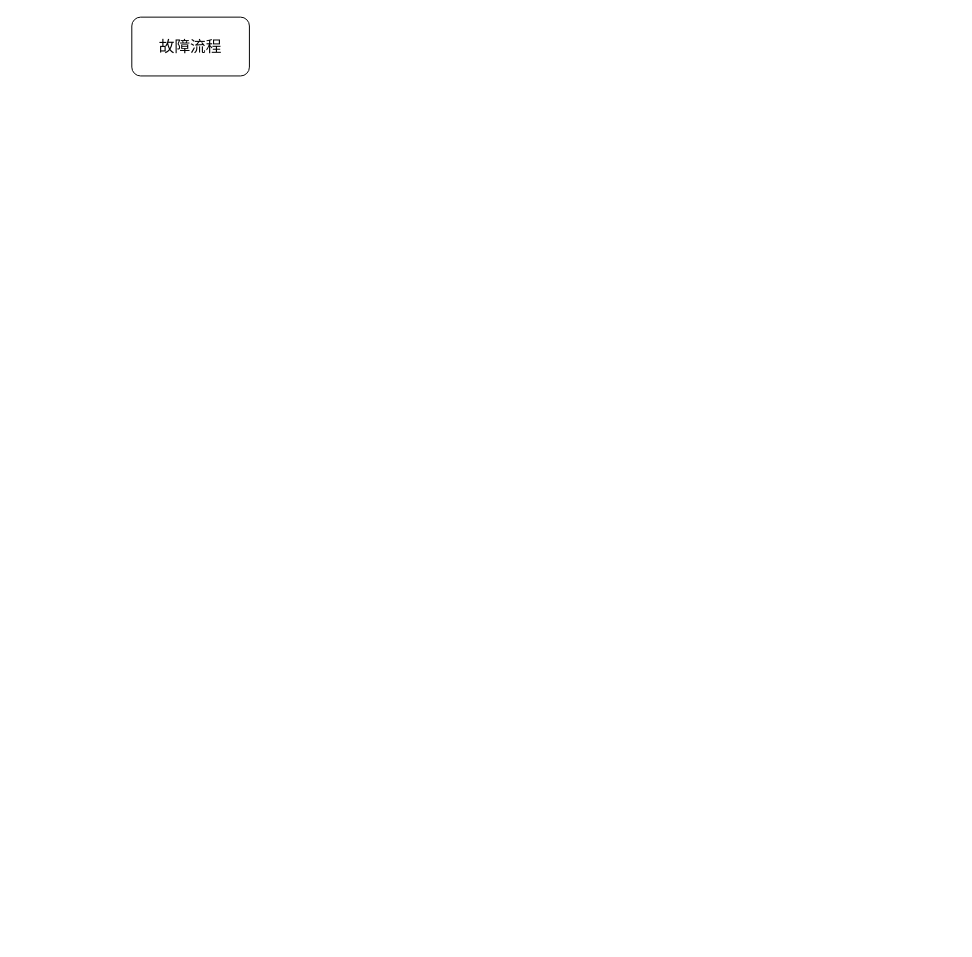
Before: page "故障处理活动图" (2 of 2) of Obosky/Assemble.drawio in guiyewang/draw.io, a draw.io diagram. Source tidied: cells renumbered, new cells numbered last; positions are measured from the earlier drawing's top-left corner, leaving out a move shared by most shapes. Both pictures are drawn from the tidied source at 98%, with x=0, y=0 at pixel (131, 17).
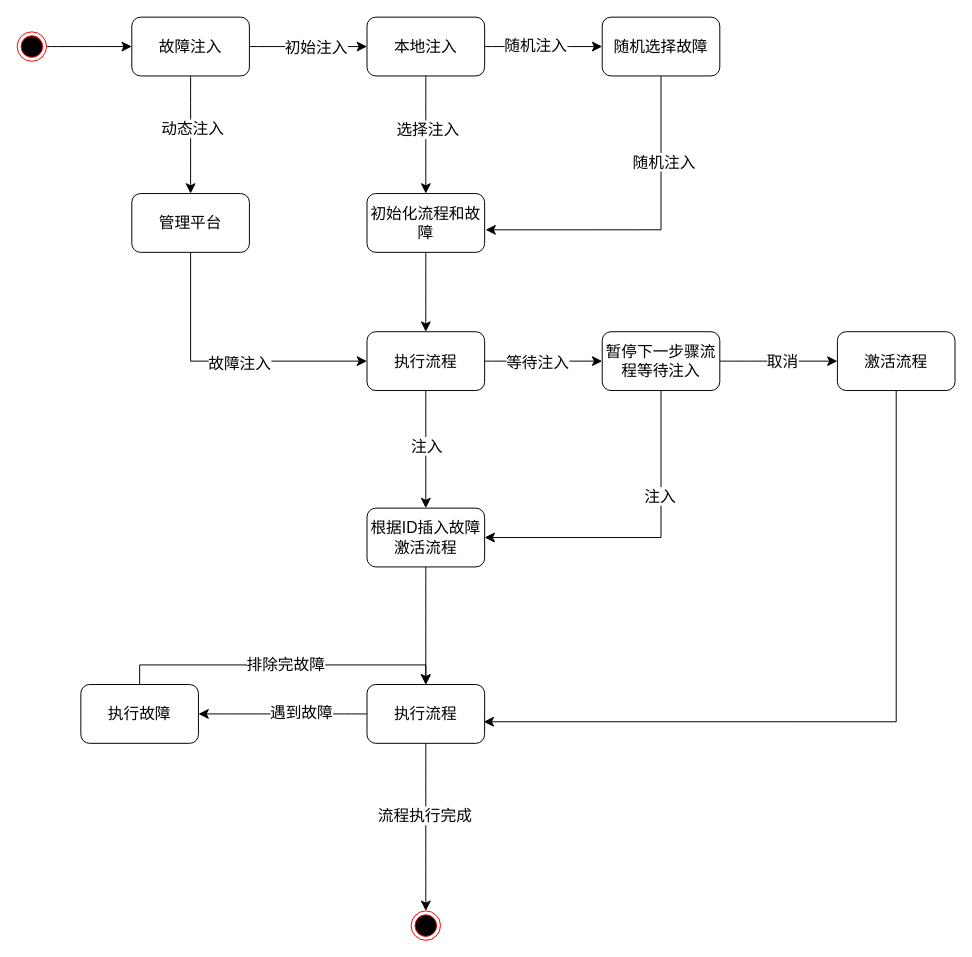
After the change.

Change to the diagram source:
```diff
@@
+    <mxCell id="3" style="edgeStyle=none;curved=1;rounded=0;jettySize=auto;html=1;fontSize=12;startSize=8;endSize=8;" parent="1" edge="1" source="2" target="11">
+      <mxGeometry relative="1" as="geometry" />
+    </mxCell>
+    <mxCell id="4" value="动态注入" style="edgeLabel;html=1;align=center;verticalAlign=middle;fontSize=16;" parent="3" vertex="1">
+      <mxGeometry x="-0.12" y="1" relative="1" as="geometry" />
+    </mxCell>
+    <mxCell id="5" style="edgeStyle=none;curved=1;rounded=0;jettySize=auto;html=1;fontSize=12;startSize=8;endSize=8;" parent="1" edge="1" source="2" target="16">
+      <mxGeometry relative="1" as="geometry" />
+    </mxCell>
+    <mxCell id="6" value="初始注入" style="edgeLabel;html=1;align=center;verticalAlign=middle;fontSize=16;" parent="5" vertex="1">
+      <mxGeometry x="0.12" relative="1" as="geometry" />
+    </mxCell>
-    <mxCell id="2" value="故障流程" style="rounded=1;whiteSpace=wrap;html=1;fontSize=16;" parent="1" vertex="1">
+    <mxCell id="2" value="故障注入" style="rounded=1;whiteSpace=wrap;html=1;fontSize=16;" parent="1" vertex="1">
       <mxGeometry width="120" height="60" as="geometry" />
     </mxCell>
+    <mxCell id="7" style="edgeStyle=none;curved=1;rounded=0;jettySize=auto;html=1;exitX=1;exitY=0.5;exitDx=0;exitDy=0;fontSize=12;startSize=8;endSize=8;" parent="1" edge="1" source="8" target="2">
+      <mxGeometry relative="1" as="geometry" />
+    </mxCell>
+    <mxCell id="8" style="ellipse;html=1;shape=endState;fillColor=#000000;strokeColor=#ff0000;fontSize=16;" parent="1" vertex="1">
+      <mxGeometry x="-117" y="15" width="30" height="30" as="geometry" />
+    </mxCell>
+    <mxCell id="9" style="edgeStyle=orthogonalEdgeStyle;rounded=0;jettySize=auto;html=1;exitX=0.5;exitY=1;exitDx=0;exitDy=0;entryX=0;entryY=0.5;entryDx=0;entryDy=0;fontSize=12;startSize=8;endSize=8;" parent="1" edge="1" source="11" target="26">
+      <mxGeometry relative="1" as="geometry" />
+    </mxCell>
+    <mxCell id="10" value="故障注入" style="edgeLabel;html=1;align=center;verticalAlign=middle;fontSize=16;" parent="9" vertex="1">
+      <mxGeometry x="0.1" y="-2" relative="1" as="geometry" />
+    </mxCell>
+    <mxCell id="11" value="管理平台" style="whiteSpace=wrap;html=1;fontSize=16;rounded=1;" parent="1" vertex="1">
+      <mxGeometry y="180" width="120" height="60" as="geometry" />
+    </mxCell>
+    <mxCell id="12" style="edgeStyle=none;curved=1;rounded=0;jettySize=auto;html=1;fontSize=12;startSize=8;endSize=8;" parent="1" edge="1" source="16" target="19">
+      <mxGeometry relative="1" as="geometry" />
+    </mxCell>
+    <mxCell id="13" value="随机注入" style="edgeLabel;html=1;align=center;verticalAlign=middle;fontSize=16;" parent="12" vertex="1">
+      <mxGeometry x="-0.15" y="2" relative="1" as="geometry" />
+    </mxCell>
+    <mxCell id="14" style="edgeStyle=none;curved=1;rounded=0;jettySize=auto;html=1;fontSize=12;startSize=8;endSize=8;" parent="1" edge="1" source="16" target="21">
+      <mxGeometry relative="1" as="geometry" />
+    </mxCell>
+    <mxCell id="15" value="选择注入" style="edgeLabel;html=1;align=center;verticalAlign=middle;fontSize=16;" parent="14" vertex="1">
+      <mxGeometry x="-0.1" y="1" relative="1" as="geometry" />
+    </mxCell>
+    <mxCell id="16" value="本地注入" style="whiteSpace=wrap;html=1;fontSize=16;rounded=1;" parent="1" vertex="1">
+      <mxGeometry x="240" width="120" height="60" as="geometry" />
+    </mxCell>
+    <mxCell id="17" style="edgeStyle=orthogonalEdgeStyle;rounded=0;jettySize=auto;html=1;exitX=0.5;exitY=1;exitDx=0;exitDy=0;entryX=1.008;entryY=0.617;entryDx=0;entryDy=0;entryPerimeter=0;fontSize=12;startSize=8;endSize=8;" parent="1" edge="1" source="19" target="21">
+      <mxGeometry relative="1" as="geometry" />
+    </mxCell>
+    <mxCell id="18" value="随机注入" style="edgeLabel;html=1;align=center;verticalAlign=middle;fontSize=16;" parent="17" vertex="1">
+      <mxGeometry x="-0.48" y="2" relative="1" as="geometry" />
+    </mxCell>
+    <mxCell id="19" value="随机选择故障" style="whiteSpace=wrap;html=1;fontSize=16;rounded=1;" parent="1" vertex="1">
+      <mxGeometry x="480" width="120" height="60" as="geometry" />
+    </mxCell>
+    <mxCell id="20" style="edgeStyle=none;curved=1;rounded=0;jettySize=auto;html=1;fontSize=12;startSize=8;endSize=8;" parent="1" edge="1" source="21" target="26">
+      <mxGeometry relative="1" as="geometry" />
+    </mxCell>
+    <mxCell id="21" value="初始化流程和故障" style="whiteSpace=wrap;html=1;fontSize=16;rounded=1;" parent="1" vertex="1">
+      <mxGeometry x="240" y="180" width="120" height="60" as="geometry" />
+    </mxCell>
+    <mxCell id="22" style="edgeStyle=none;curved=1;rounded=0;jettySize=auto;html=1;fontSize=12;startSize=8;endSize=8;" parent="1" edge="1" source="26" target="31">
+      <mxGeometry relative="1" as="geometry" />
+    </mxCell>
+    <mxCell id="23" value="等待注入" style="edgeLabel;html=1;align=center;verticalAlign=middle;fontSize=16;" parent="22" vertex="1">
+      <mxGeometry x="-0.12" relative="1" as="geometry" />
+    </mxCell>
+    <mxCell id="24" style="edgeStyle=none;curved=1;rounded=0;jettySize=auto;html=1;fontSize=12;startSize=8;endSize=8;" parent="1" edge="1" source="26" target="33">
+      <mxGeometry relative="1" as="geometry" />
+    </mxCell>
+    <mxCell id="25" value="注入" style="edgeLabel;html=1;align=center;verticalAlign=middle;fontSize=16;" parent="24" vertex="1">
+      <mxGeometry x="-0.07" relative="1" as="geometry" />
+    </mxCell>
+    <mxCell id="26" value="执行流程" style="whiteSpace=wrap;html=1;fontSize=16;rounded=1;" parent="1" vertex="1">
+      <mxGeometry x="240" y="321" width="120" height="60" as="geometry" />
+    </mxCell>
+    <mxCell id="27" style="edgeStyle=none;curved=1;rounded=0;jettySize=auto;html=1;fontSize=12;startSize=8;endSize=8;" parent="1" edge="1" source="31" target="35">
+      <mxGeometry relative="1" as="geometry" />
+    </mxCell>
+    <mxCell id="28" value="取消" style="edgeLabel;html=1;align=center;verticalAlign=middle;fontSize=16;" parent="27" vertex="1">
+      <mxGeometry x="0.05" y="1" relative="1" as="geometry" />
+    </mxCell>
+    <mxCell id="29" style="rounded=0;jettySize=auto;html=1;fontSize=12;startSize=8;endSize=8;entryX=1;entryY=0.5;entryDx=0;entryDy=0;edgeStyle=orthogonalEdgeStyle;exitX=0.5;exitY=1;exitDx=0;exitDy=0;" parent="1" edge="1" source="31" target="33">
+      <mxGeometry relative="1" as="geometry" />
+    </mxCell>
+    <mxCell id="30" value="注入" style="edgeLabel;html=1;align=center;verticalAlign=middle;fontSize=16;" parent="29" vertex="1">
+      <mxGeometry x="-0.35" y="-2" relative="1" as="geometry" />
+    </mxCell>
+    <mxCell id="31" value="暂停下一步骤流程等待注入" style="whiteSpace=wrap;html=1;fontSize=16;rounded=1;" parent="1" vertex="1">
+      <mxGeometry x="480" y="321" width="120" height="60" as="geometry" />
+    </mxCell>
+    <mxCell id="32" style="edgeStyle=none;curved=1;rounded=0;jettySize=auto;html=1;fontSize=12;startSize=8;endSize=8;" parent="1" edge="1" source="33" target="40">
+      <mxGeometry relative="1" as="geometry" />
+    </mxCell>
+    <mxCell id="33" value="根据ID插入故障&lt;br&gt;激活流程" style="whiteSpace=wrap;html=1;fontSize=16;rounded=1;" parent="1" vertex="1">
+      <mxGeometry x="240" y="501" width="120" height="60" as="geometry" />
+    </mxCell>
+    <mxCell id="34" style="edgeStyle=orthogonalEdgeStyle;rounded=0;jettySize=auto;html=1;exitX=0.5;exitY=1;exitDx=0;exitDy=0;entryX=0.992;entryY=0.633;entryDx=0;entryDy=0;entryPerimeter=0;fontSize=12;startSize=8;endSize=8;" parent="1" edge="1" source="35" target="40">
+      <mxGeometry relative="1" as="geometry" />
+    </mxCell>
+    <mxCell id="35" value="激活流程" style="whiteSpace=wrap;html=1;fontSize=16;rounded=1;" parent="1" vertex="1">
+      <mxGeometry x="720" y="321" width="120" height="60" as="geometry" />
+    </mxCell>
+    <mxCell id="36" style="edgeStyle=none;curved=1;rounded=0;jettySize=auto;html=1;fontSize=12;startSize=8;endSize=8;" parent="1" edge="1" source="40" target="43">
+      <mxGeometry relative="1" as="geometry" />
+    </mxCell>
+    <mxCell id="37" value="遇到故障" style="edgeLabel;html=1;align=center;verticalAlign=middle;fontSize=16;" parent="36" vertex="1">
+      <mxGeometry x="-0.21" y="-2" relative="1" as="geometry" />
+    </mxCell>
+    <mxCell id="38" style="edgeStyle=none;curved=1;rounded=0;jettySize=auto;html=1;exitX=0.5;exitY=1;exitDx=0;exitDy=0;entryX=0.5;entryY=0;entryDx=0;entryDy=0;fontSize=12;startSize=8;endSize=8;" parent="1" edge="1" source="40" target="44">
+      <mxGeometry relative="1" as="geometry" />
+    </mxCell>
+    <mxCell id="39" value="流程执行完成" style="edgeLabel;html=1;align=center;verticalAlign=middle;fontSize=16;" parent="38" vertex="1">
+      <mxGeometry x="-0.15" y="-2" relative="1" as="geometry" />
+    </mxCell>
+    <mxCell id="40" value="执行流程" style="whiteSpace=wrap;html=1;fontSize=16;rounded=1;" parent="1" vertex="1">
+      <mxGeometry x="240" y="681" width="120" height="60" as="geometry" />
+    </mxCell>
+    <mxCell id="41" style="edgeStyle=orthogonalEdgeStyle;rounded=0;jettySize=auto;html=1;exitX=0.5;exitY=0;exitDx=0;exitDy=0;entryX=0.5;entryY=0;entryDx=0;entryDy=0;fontSize=12;startSize=8;endSize=8;" parent="1" edge="1" source="43" target="40">
+      <mxGeometry relative="1" as="geometry" />
+    </mxCell>
+    <mxCell id="42" value="排除完故障" style="edgeLabel;html=1;align=center;verticalAlign=middle;fontSize=16;" parent="41" vertex="1">
+      <mxGeometry x="0.01" y="1" relative="1" as="geometry" />
+    </mxCell>
+    <mxCell id="43" value="执行故障" style="whiteSpace=wrap;html=1;fontSize=16;rounded=1;" parent="1" vertex="1">
+      <mxGeometry x="-52" y="681" width="120" height="60" as="geometry" />
+    </mxCell>
+    <mxCell id="44" style="ellipse;html=1;shape=endState;fillColor=#000000;strokeColor=#ff0000;fontSize=16;" parent="1" vertex="1">
+      <mxGeometry x="285" y="912" width="30" height="30" as="geometry" />
+    </mxCell>
```
